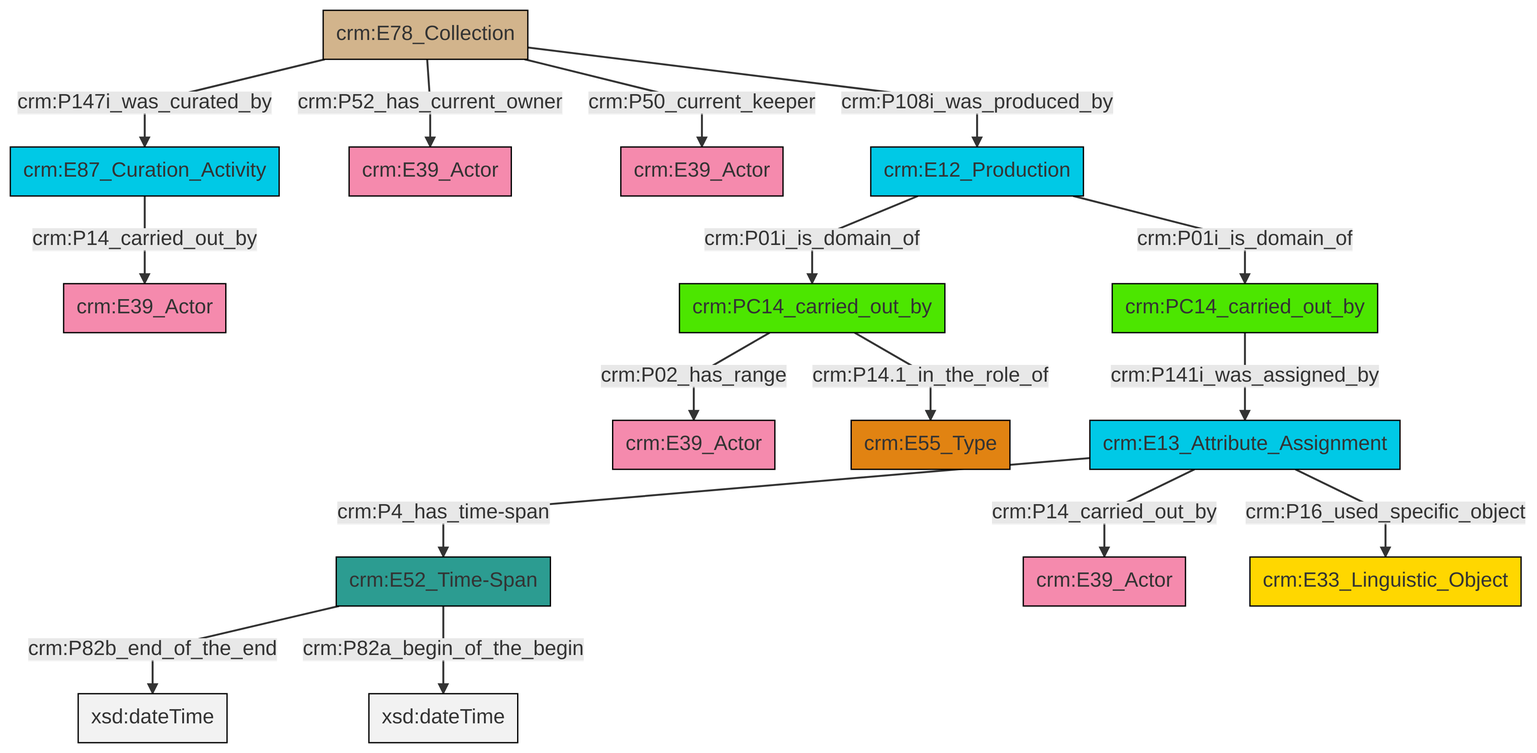
swiss-art-research-net/docs.swissartresearch keeps this Mermaid diagram as et/archivalCSV/ttl/mmd/png/archival_relation.png. Above is the earlier version. Its source is kept beside it as et/archivalCSV/ttl/mmd/archival_relation.ttl.mmd.
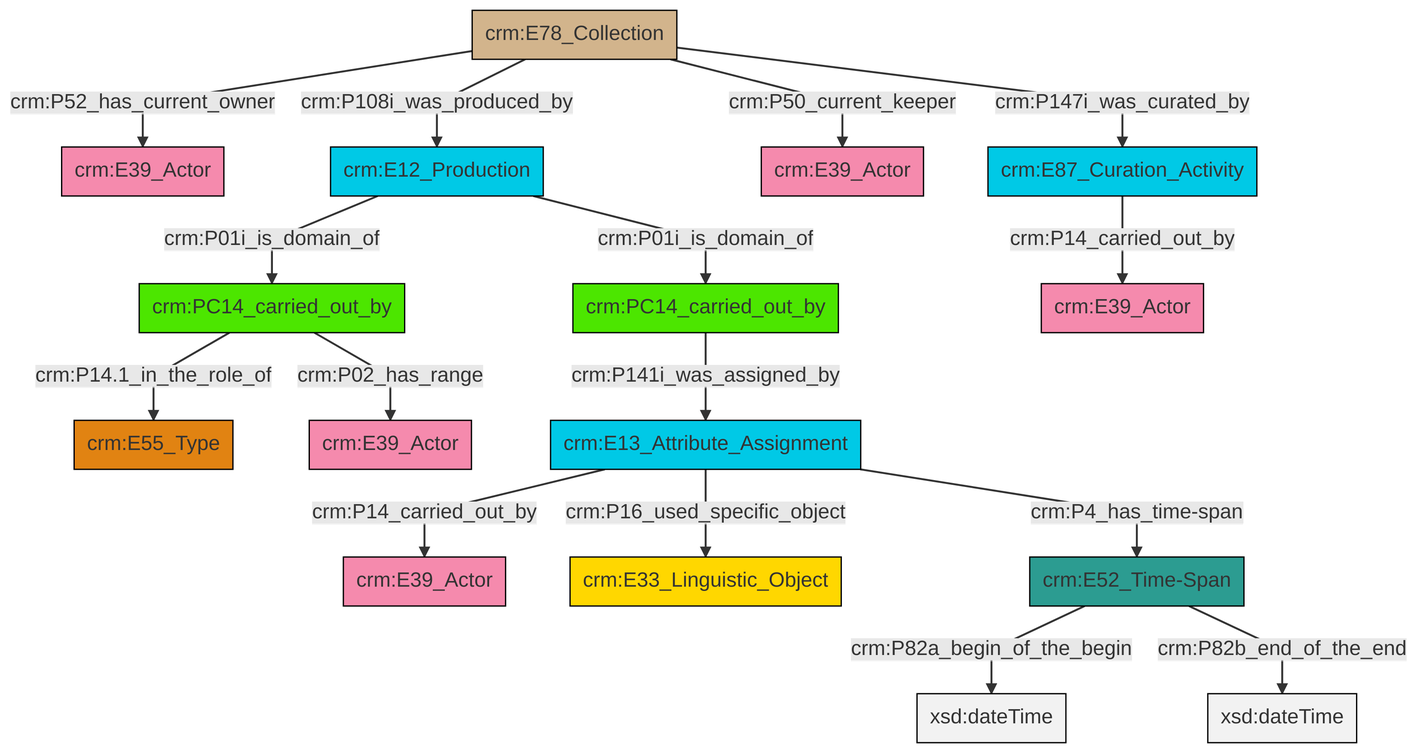
After the commit.

Diff of the diagram source:
```diff
@@ -13,18 +13,18 @@
 classDef PC_Classes fill:#4ce600, stroke:#000000;
 classDef Multi fill:#cccccc,stroke:#000000;
 
-2["crm:E52_Time-Span"]:::Time-Span -->|crm:P82b_end_of_the_end| 4[xsd:dateTime]:::Literal
-2["crm:E52_Time-Span"]:::Time-Span -->|crm:P82a_begin_of_the_begin| 9[xsd:dateTime]:::Literal
-5["crm:E78_Collection"]:::Physical_Thing -->|crm:P147i_was_curated_by| 12["crm:E87_Curation_Activity"]:::Temporal_Entity
-5["crm:E78_Collection"]:::Physical_Thing -->|crm:P52_has_current_owner| 10["crm:E39_Actor"]:::Actor
-13["crm:PC14_carried_out_by"]:::PC_Classes -->|crm:P141i_was_assigned_by| 15["crm:E13_Attribute_Assignment"]:::Temporal_Entity
-15["crm:E13_Attribute_Assignment"]:::Temporal_Entity -->|crm:P4_has_time-span| 2["crm:E52_Time-Span"]:::Time-Span
-5["crm:E78_Collection"]:::Physical_Thing -->|crm:P50_current_keeper| 0["crm:E39_Actor"]:::Actor
-12["crm:E87_Curation_Activity"]:::Temporal_Entity -->|crm:P14_carried_out_by| 16["crm:E39_Actor"]:::Actor
-19["crm:E12_Production"]:::Temporal_Entity -->|crm:P01i_is_domain_of| 20["crm:PC14_carried_out_by"]:::PC_Classes
-15["crm:E13_Attribute_Assignment"]:::Temporal_Entity -->|crm:P14_carried_out_by| 21["crm:E39_Actor"]:::Actor
-20["crm:PC14_carried_out_by"]:::PC_Classes -->|crm:P02_has_range| 22["crm:E39_Actor"]:::Actor
-19["crm:E12_Production"]:::Temporal_Entity -->|crm:P01i_is_domain_of| 13["crm:PC14_carried_out_by"]:::PC_Classes
-15["crm:E13_Attribute_Assignment"]:::Temporal_Entity -->|crm:P16_used_specific_object| 27["crm:E33_Linguistic_Object"]:::Conceptual_Object
-5["crm:E78_Collection"]:::Physical_Thing -->|crm:P108i_was_produced_by| 19["crm:E12_Production"]:::Temporal_Entity
-20["crm:PC14_carried_out_by"]:::PC_Classes -->|crm:P14.1_in_the_role_of| 7["crm:E55_Type"]:::Type
+0["crm:E12_Production"]:::Temporal_Entity -->|crm:P01i_is_domain_of| 1["crm:PC14_carried_out_by"]:::PC_Classes
+4["crm:E13_Attribute_Assignment"]:::Temporal_Entity -->|crm:P14_carried_out_by| 5["crm:E39_Actor"]:::Actor
+8["crm:E52_Time-Span"]:::Time-Span -->|crm:P82a_begin_of_the_begin| 9[xsd:dateTime]:::Literal
+14["crm:E87_Curation_Activity"]:::Temporal_Entity -->|crm:P14_carried_out_by| 15["crm:E39_Actor"]:::Actor
+10["crm:E78_Collection"]:::Physical_Thing -->|crm:P52_has_current_owner| 6["crm:E39_Actor"]:::Actor
+4["crm:E13_Attribute_Assignment"]:::Temporal_Entity -->|crm:P16_used_specific_object| 17["crm:E33_Linguistic_Object"]:::Conceptual_Object
+1["crm:PC14_carried_out_by"]:::PC_Classes -->|crm:P14.1_in_the_role_of| 2["crm:E55_Type"]:::Type
+10["crm:E78_Collection"]:::Physical_Thing -->|crm:P108i_was_produced_by| 0["crm:E12_Production"]:::Temporal_Entity
+0["crm:E12_Production"]:::Temporal_Entity -->|crm:P01i_is_domain_of| 19["crm:PC14_carried_out_by"]:::PC_Classes
+10["crm:E78_Collection"]:::Physical_Thing -->|crm:P50_current_keeper| 21["crm:E39_Actor"]:::Actor
+19["crm:PC14_carried_out_by"]:::PC_Classes -->|crm:P141i_was_assigned_by| 4["crm:E13_Attribute_Assignment"]:::Temporal_Entity
+1["crm:PC14_carried_out_by"]:::PC_Classes -->|crm:P02_has_range| 26["crm:E39_Actor"]:::Actor
+8["crm:E52_Time-Span"]:::Time-Span -->|crm:P82b_end_of_the_end| 29[xsd:dateTime]:::Literal
+10["crm:E78_Collection"]:::Physical_Thing -->|crm:P147i_was_curated_by| 14["crm:E87_Curation_Activity"]:::Temporal_Entity
+4["crm:E13_Attribute_Assignment"]:::Temporal_Entity -->|crm:P4_has_time-span| 8["crm:E52_Time-Span"]:::Time-Span
```
